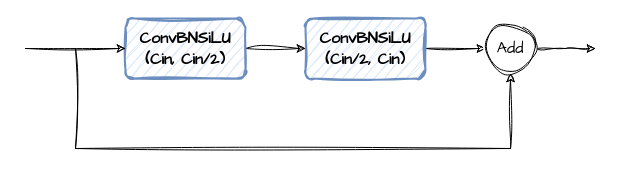
The draw.io diagram page "BottleNeck" (5 of 21) of figs.drawio in 225ceV/tiny, before the edit. Source tidied: cells renumbered, new cells numbered last; positions are measured from the earlier drawing's top-left corner, leaving out a move shared by most shapes. Both pictures are drawn from the tidied source at 100%, with x=0, y=0 at pixel (25, 18).
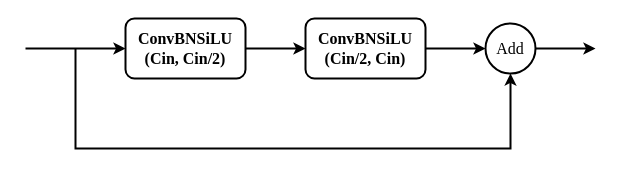
The same page after the edit.

Change to the diagram source:
```diff
@@
 <mxGraphModel>
   <root>
     <mxCell id="0" />
     <mxCell id="1" parent="0" />
-    <mxCell id="2" style="edgeStyle=orthogonalEdgeStyle;rounded=0;jettySize=auto;html=1;sketch=1;curveFitting=1;jiggle=2;" parent="1" edge="1" source="3" target="5">
+    <mxCell id="2" style="edgeStyle=orthogonalEdgeStyle;rounded=0;jettySize=auto;html=1;strokeWidth=2;fontFamily=Times New Roman;" parent="1" edge="1" source="3" target="5">
       <mxGeometry relative="1" as="geometry" />
     </mxCell>
-    <mxCell id="3" value="&lt;font style=&quot;font-size: 16px;&quot;&gt;&lt;b&gt;&lt;font face=&quot;Comic Sans MS&quot;&gt;ConvBNSiLU&lt;br&gt;(Cin, Cin/2)&lt;/font&gt;&lt;br&gt;&lt;/b&gt;&lt;/font&gt;" style="rounded=1;whiteSpace=wrap;html=1;fillColor=#dae8fc;strokeColor=#6c8ebf;strokeWidth=2;sketch=1;curveFitting=1;jiggle=2;" parent="1" vertex="1">
+    <mxCell id="3" value="&lt;font style=&quot;font-size: 16px;&quot;&gt;&lt;b&gt;&lt;font&gt;ConvBNSiLU&lt;br&gt;(Cin, Cin/2)&lt;/font&gt;&lt;br&gt;&lt;/b&gt;&lt;/font&gt;" style="rounded=1;whiteSpace=wrap;html=1;strokeWidth=2;fontFamily=Times New Roman;" parent="1" vertex="1">
       <mxGeometry x="100" width="120" height="60" as="geometry" />
     </mxCell>
-    <mxCell id="4" style="edgeStyle=orthogonalEdgeStyle;rounded=0;jettySize=auto;html=1;exitX=1;exitY=0.5;exitDx=0;exitDy=0;sketch=1;curveFitting=1;jiggle=2;" parent="1" edge="1" source="5" target="7">
+    <mxCell id="4" style="edgeStyle=orthogonalEdgeStyle;rounded=0;jettySize=auto;html=1;exitX=1;exitY=0.5;exitDx=0;exitDy=0;strokeWidth=2;fontFamily=Times New Roman;" parent="1" edge="1" source="5" target="7">
       <mxGeometry relative="1" as="geometry" />
     </mxCell>
-    <mxCell id="5" value="&lt;font style=&quot;font-size: 16px;&quot;&gt;&lt;b&gt;&lt;font face=&quot;Comic Sans MS&quot;&gt;ConvBNSiLU&lt;br&gt;(Cin/2, Cin)&lt;/font&gt;&lt;br&gt;&lt;/b&gt;&lt;/font&gt;" style="rounded=1;whiteSpace=wrap;html=1;fillColor=#dae8fc;strokeColor=#6c8ebf;strokeWidth=2;sketch=1;curveFitting=1;jiggle=2;" parent="1" vertex="1">
+    <mxCell id="5" value="&lt;font style=&quot;font-size: 16px;&quot;&gt;&lt;b&gt;&lt;font&gt;ConvBNSiLU&lt;br&gt;(Cin/2, Cin)&lt;/font&gt;&lt;br&gt;&lt;/b&gt;&lt;/font&gt;" style="rounded=1;whiteSpace=wrap;html=1;strokeWidth=2;fontFamily=Times New Roman;" parent="1" vertex="1">
       <mxGeometry x="280" width="120" height="60" as="geometry" />
     </mxCell>
-    <mxCell id="6" style="edgeStyle=orthogonalEdgeStyle;rounded=0;jettySize=auto;html=1;exitX=1;exitY=0.5;exitDx=0;exitDy=0;sketch=1;curveFitting=1;jiggle=2;" parent="1" edge="1" source="7">
+    <mxCell id="6" style="edgeStyle=orthogonalEdgeStyle;rounded=0;jettySize=auto;html=1;exitX=1;exitY=0.5;exitDx=0;exitDy=0;strokeWidth=2;fontFamily=Times New Roman;" parent="1" edge="1" source="7">
       <mxGeometry relative="1" as="geometry">
         <mxPoint x="570" y="30" as="targetPoint" />
       </mxGeometry>
     </mxCell>
-    <mxCell id="7" value="&lt;font face=&quot;Comic Sans MS&quot; style=&quot;font-size: 16px;&quot;&gt;Add&lt;/font&gt;" style="ellipse;whiteSpace=wrap;html=1;sketch=1;curveFitting=1;jiggle=2;" parent="1" vertex="1">
+    <mxCell id="7" value="&lt;font style=&quot;font-size: 16px;&quot;&gt;Add&lt;/font&gt;" style="ellipse;whiteSpace=wrap;html=1;strokeWidth=2;fontFamily=Times New Roman;" parent="1" vertex="1">
       <mxGeometry x="460" y="5" width="50" height="50" as="geometry" />
     </mxCell>
-    <mxCell id="8" style="endArrow=classic;html=1;rounded=0;entryX=0;entryY=0.5;entryDx=0;entryDy=0;sketch=1;curveFitting=1;jiggle=2;" parent="1" edge="1" target="3">
+    <mxCell id="8" style="endArrow=classic;html=1;rounded=0;entryX=0;entryY=0.5;entryDx=0;entryDy=0;strokeWidth=2;fontFamily=Times New Roman;" parent="1" edge="1" target="3">
       <mxGeometry relative="1" as="geometry">
         <mxPoint y="30" as="sourcePoint" />
       </mxGeometry>
     </mxCell>
-    <mxCell id="9" style="endArrow=classic;html=1;rounded=0;entryX=0.5;entryY=1;entryDx=0;entryDy=0;sketch=1;curveFitting=1;jiggle=2;" parent="1" edge="1" target="7">
+    <mxCell id="9" style="endArrow=classic;html=1;rounded=0;entryX=0.5;entryY=1;entryDx=0;entryDy=0;strokeWidth=2;fontFamily=Times New Roman;" parent="1" edge="1" target="7">
       <mxGeometry relative="1" as="geometry">
         <mxPoint x="50" y="30" as="sourcePoint" />
         <Array as="points">
           <mxPoint x="50" y="130" />
           <mxPoint x="485" y="130" />
         </Array>
       </mxGeometry>
     </mxCell>
   </root>
 </mxGraphModel>
```
